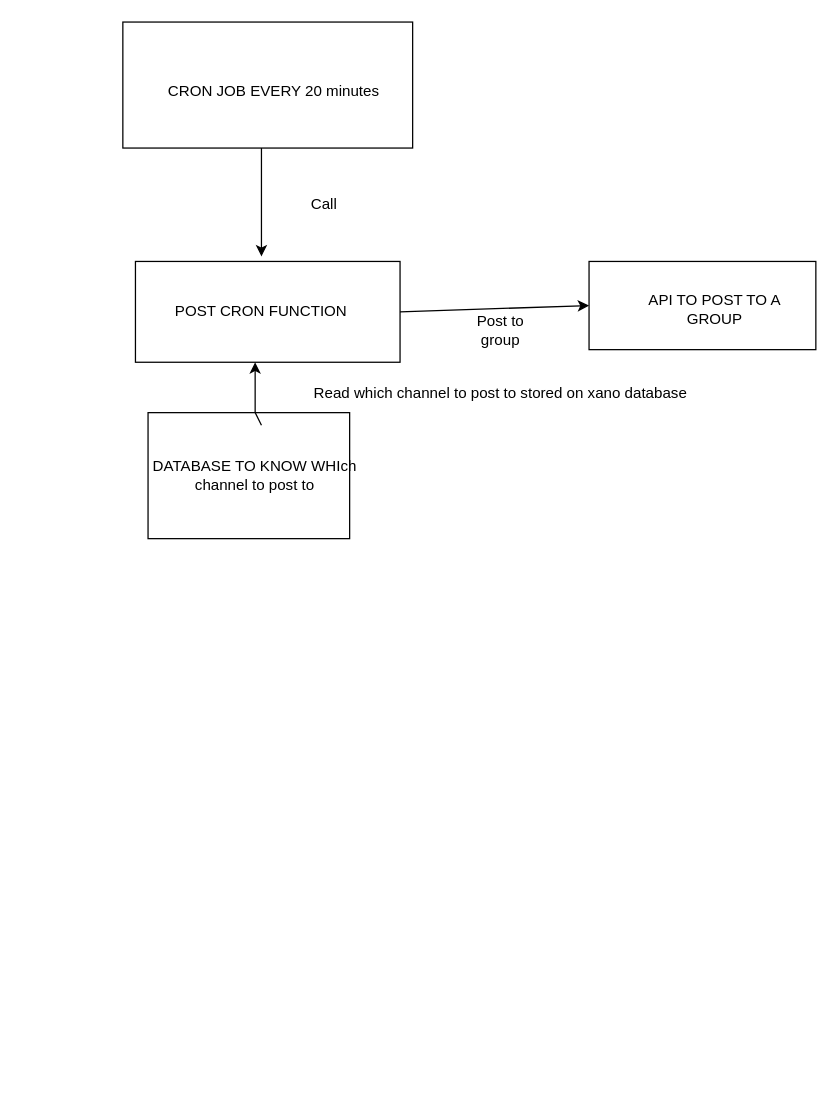
Above: Untitled Diagram.drawio in Ebenezer-Shimeles/EbRle (draw.io), before the change. Source tidied: cells renumbered, new cells numbered last; positions are measured from the earlier drawing's top-left corner, leaving out a move shared by most shapes. Both pictures are drawn from the tidied source at 126%, with x=0, y=0 at pixel (122, 21).
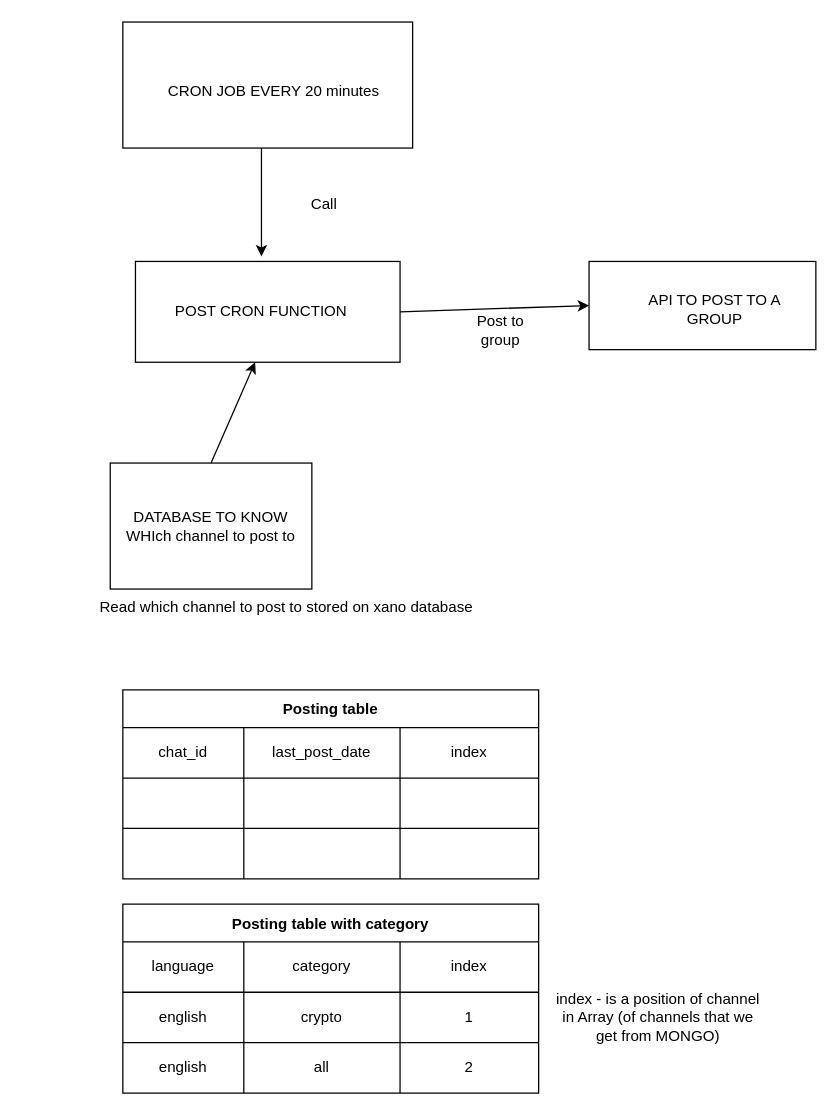
The same diagram, later.

Change to the diagram source:
```diff
@@
     <mxCell id="4" style="rounded=0;whiteSpace=wrap;html=1;" parent="1" vertex="1">
-      <mxGeometry x="20" y="310" width="160" height="100" as="geometry" />
+      <mxGeometry x="-10" y="350" width="160" height="100" as="geometry" />
     </mxCell>
@@
     <mxCell id="9" value="DATABASE TO KNOW WHIch channel to post to" style="text;html=1;strokeColor=none;fillColor=none;align=center;verticalAlign=middle;whiteSpace=wrap;rounded=0;" parent="1" vertex="1">
-      <mxGeometry x="20" y="235" width="170" height="250" as="geometry" />
+      <mxGeometry x="-10" y="350" width="160" height="100" as="geometry" />
     </mxCell>
@@
-    <mxCell id="12" style="endArrow=classic;html=1;rounded=0;" parent="1" edge="1">
+    <mxCell id="12" style="endArrow=classic;html=1;rounded=0;exitX=0.5;exitY=0;exitDx=0;exitDy=0;" parent="1" edge="1" source="9">
       <mxGeometry relative="1" as="geometry">
-        <mxPoint x="110" y="320" as="sourcePoint" />
         <mxPoint x="105" y="270" as="targetPoint" />
-        <Array as="points">
-          <mxPoint x="105" y="310" />
-        </Array>
       </mxGeometry>
     </mxCell>
@@
     <mxCell id="15" value="Read which channel to post to stored on xano database" style="text;html=1;strokeColor=none;fillColor=none;align=center;verticalAlign=middle;whiteSpace=wrap;rounded=0;" parent="1" vertex="1">
-      <mxGeometry x="90" y="280" width="420" height="30" as="geometry" />
+      <mxGeometry x="-80" y="450" width="420" height="30" as="geometry" />
     </mxCell>
+    <mxCell id="16" value="Posting table" style="shape=table;startSize=30;childLayout=tableLayout;fontStyle=1;align=center;" parent="1" vertex="1">
+      <mxGeometry y="530" width="330" height="150" as="geometry" />
+    </mxCell>
+    <mxCell id="17" style="shape=tableRow;horizontal=0;startSize=0;swimlaneHead=0;swimlaneBody=0;top=0;left=0;bottom=0;right=0;fillColor=none;" parent="16" vertex="1">
+      <mxGeometry y="30" width="330" height="40" as="geometry" />
+    </mxCell>
+    <mxCell id="18" value="chat_id" style="shape=partialRectangle;html=1;whiteSpace=wrap;fillColor=none;top=0;left=0;bottom=0;right=0;overflow=hidden;" parent="17" vertex="1">
+      <mxGeometry width="96" height="40" as="geometry" />
+    </mxCell>
+    <mxCell id="19" value="last_post_date" style="shape=partialRectangle;html=1;whiteSpace=wrap;fillColor=none;top=0;left=0;bottom=0;right=0;overflow=hidden;" parent="17" vertex="1">
+      <mxGeometry x="96" width="124" height="40" as="geometry" />
+    </mxCell>
+    <mxCell id="20" value="index" style="shape=partialRectangle;html=1;whiteSpace=wrap;fillColor=none;top=0;left=0;bottom=0;right=0;overflow=hidden;" parent="17" vertex="1">
+      <mxGeometry x="220" width="110" height="40" as="geometry" />
+    </mxCell>
+    <mxCell id="21" style="shape=tableRow;horizontal=0;startSize=0;swimlaneHead=0;swimlaneBody=0;top=0;left=0;bottom=0;right=0;fillColor=none;" parent="16" vertex="1">
+      <mxGeometry y="70" width="330" height="40" as="geometry" />
+    </mxCell>
+    <mxCell id="22" style="shape=partialRectangle;html=1;whiteSpace=wrap;fillColor=none;top=0;left=0;bottom=0;right=0;overflow=hidden;" parent="21" vertex="1">
+      <mxGeometry width="96" height="40" as="geometry" />
+    </mxCell>
+    <mxCell id="23" style="shape=partialRectangle;html=1;whiteSpace=wrap;fillColor=none;top=0;left=0;bottom=0;right=0;overflow=hidden;" parent="21" vertex="1">
+      <mxGeometry x="96" width="124" height="40" as="geometry" />
+    </mxCell>
+    <mxCell id="24" style="shape=partialRectangle;html=1;whiteSpace=wrap;fillColor=none;top=0;left=0;bottom=0;right=0;overflow=hidden;" parent="21" vertex="1">
+      <mxGeometry x="220" width="110" height="40" as="geometry" />
+    </mxCell>
+    <mxCell id="25" style="shape=tableRow;horizontal=0;startSize=0;swimlaneHead=0;swimlaneBody=0;top=0;left=0;bottom=0;right=0;fillColor=none;" parent="16" vertex="1">
+      <mxGeometry y="110" width="330" height="40" as="geometry" />
+    </mxCell>
+    <mxCell id="26" style="shape=partialRectangle;html=1;whiteSpace=wrap;fillColor=none;top=0;left=0;bottom=0;right=0;overflow=hidden;" parent="25" vertex="1">
+      <mxGeometry width="96" height="40" as="geometry" />
+    </mxCell>
+    <mxCell id="27" style="shape=partialRectangle;html=1;whiteSpace=wrap;fillColor=none;top=0;left=0;bottom=0;right=0;overflow=hidden;" parent="25" vertex="1">
+      <mxGeometry x="96" width="124" height="40" as="geometry" />
+    </mxCell>
+    <mxCell id="28" style="shape=partialRectangle;html=1;whiteSpace=wrap;fillColor=none;top=0;left=0;bottom=0;right=0;overflow=hidden;" parent="25" vertex="1">
+      <mxGeometry x="220" width="110" height="40" as="geometry" />
+    </mxCell>
+    <mxCell id="29" value="Posting table with category" style="shape=table;startSize=30;childLayout=tableLayout;fontStyle=1;align=center;" parent="1" vertex="1">
+      <mxGeometry y="700" width="330" height="150" as="geometry" />
+    </mxCell>
+    <mxCell id="30" style="shape=tableRow;horizontal=0;startSize=0;swimlaneHead=0;swimlaneBody=0;top=0;left=0;bottom=0;right=0;fillColor=none;" parent="29" vertex="1">
+      <mxGeometry y="30" width="330" height="40" as="geometry" />
+    </mxCell>
+    <mxCell id="31" value="language" style="shape=partialRectangle;html=1;whiteSpace=wrap;fillColor=none;top=0;left=0;bottom=0;right=0;overflow=hidden;" parent="30" vertex="1">
+      <mxGeometry width="96" height="40" as="geometry" />
+    </mxCell>
+    <mxCell id="32" value="category" style="shape=partialRectangle;html=1;whiteSpace=wrap;fillColor=none;top=0;left=0;bottom=0;right=0;overflow=hidden;" parent="30" vertex="1">
+      <mxGeometry x="96" width="124" height="40" as="geometry" />
+    </mxCell>
+    <mxCell id="33" value="index" style="shape=partialRectangle;html=1;whiteSpace=wrap;fillColor=none;top=0;left=0;bottom=0;right=0;overflow=hidden;" parent="30" vertex="1">
+      <mxGeometry x="220" width="110" height="40" as="geometry" />
+    </mxCell>
+    <mxCell id="34" style="shape=tableRow;horizontal=0;startSize=0;swimlaneHead=0;swimlaneBody=0;top=0;left=0;bottom=0;right=0;fillColor=none;" parent="29" vertex="1">
+      <mxGeometry y="70" width="330" height="40" as="geometry" />
+    </mxCell>
+    <mxCell id="35" value="english" style="shape=partialRectangle;html=1;whiteSpace=wrap;fillColor=none;top=0;left=0;bottom=0;right=0;overflow=hidden;" parent="34" vertex="1">
+      <mxGeometry width="96" height="40" as="geometry" />
+    </mxCell>
+    <mxCell id="36" value="crypto" style="shape=partialRectangle;html=1;whiteSpace=wrap;fillColor=none;top=0;left=0;bottom=0;right=0;overflow=hidden;" parent="34" vertex="1">
+      <mxGeometry x="96" width="124" height="40" as="geometry" />
+    </mxCell>
+    <mxCell id="37" value="1" style="shape=partialRectangle;html=1;whiteSpace=wrap;fillColor=none;top=0;left=0;bottom=0;right=0;overflow=hidden;" parent="34" vertex="1">
+      <mxGeometry x="220" width="110" height="40" as="geometry" />
+    </mxCell>
+    <mxCell id="38" style="shape=tableRow;horizontal=0;startSize=0;swimlaneHead=0;swimlaneBody=0;top=0;left=0;bottom=0;right=0;fillColor=none;" parent="29" vertex="1">
+      <mxGeometry y="110" width="330" height="40" as="geometry" />
+    </mxCell>
+    <mxCell id="39" value="english" style="shape=partialRectangle;html=1;whiteSpace=wrap;fillColor=none;top=0;left=0;bottom=0;right=0;overflow=hidden;" parent="38" vertex="1">
+      <mxGeometry width="96" height="40" as="geometry" />
+    </mxCell>
+    <mxCell id="40" value="all" style="shape=partialRectangle;html=1;whiteSpace=wrap;fillColor=none;top=0;left=0;bottom=0;right=0;overflow=hidden;" parent="38" vertex="1">
+      <mxGeometry x="96" width="124" height="40" as="geometry" />
+    </mxCell>
+    <mxCell id="41" value="2" style="shape=partialRectangle;html=1;whiteSpace=wrap;fillColor=none;top=0;left=0;bottom=0;right=0;overflow=hidden;" parent="38" vertex="1">
+      <mxGeometry x="220" width="110" height="40" as="geometry" />
+    </mxCell>
+    <mxCell id="42" value="index - is a position of channel in Array (of channels that we get from MONGO)" style="text;html=1;strokeColor=none;fillColor=none;align=center;verticalAlign=middle;whiteSpace=wrap;rounded=0;" parent="1" vertex="1">
+      <mxGeometry x="340" y="740" width="170" height="100" as="geometry" />
+    </mxCell>
```
